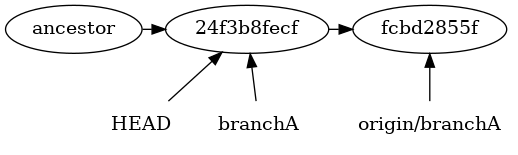
This is img/after_fetch.png from AaronDMarasco/git4svn, a Graphviz export, as it was before one commit. Its source is kept beside it as src/after_fetch.gv.
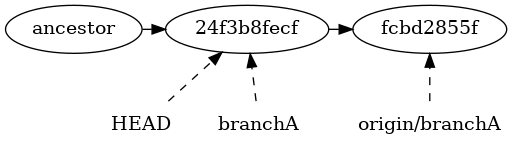
After the change.

Diff of the diagram source:
```diff
@@ -4,9 +4,9 @@
   ancestor -> "24f3b8fecf"
   "24f3b8fecf" -> "fcbd2855f"
   node [shape = none];
-  HEAD -> "24f3b8fecf"
-  "branchA" -> "24f3b8fecf"
-  "origin/branchA" -> "fcbd2855f"
+  HEAD -> "24f3b8fecf" [style=dashed];
+  "branchA" -> "24f3b8fecf" [style=dashed];
+  "origin/branchA" -> "fcbd2855f" [style=dashed];
   {rank=max; ancestor; "24f3b8fecf"; "fcbd2855f"}
   {rank=min; HEAD; "branchA"; "origin/branchA"}
 }
```
